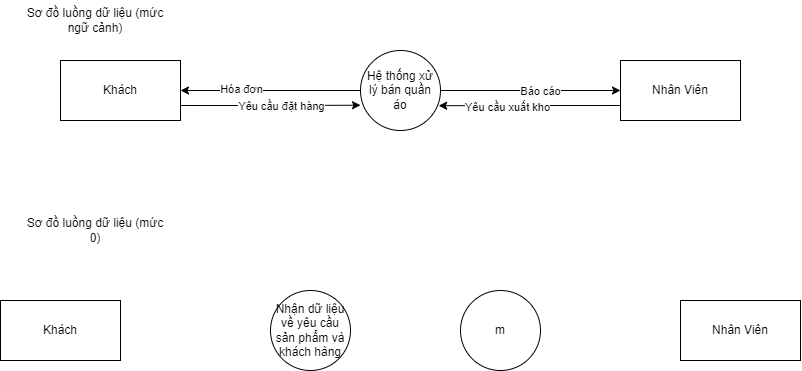
Earlier version of the draw.io export DFD1.png (InfiniteByte1811/branch1). Source tidied: cells renumbered, new cells last; positions are measured from the earlier drawing's top-left corner, leaving out a move shared by most shapes.
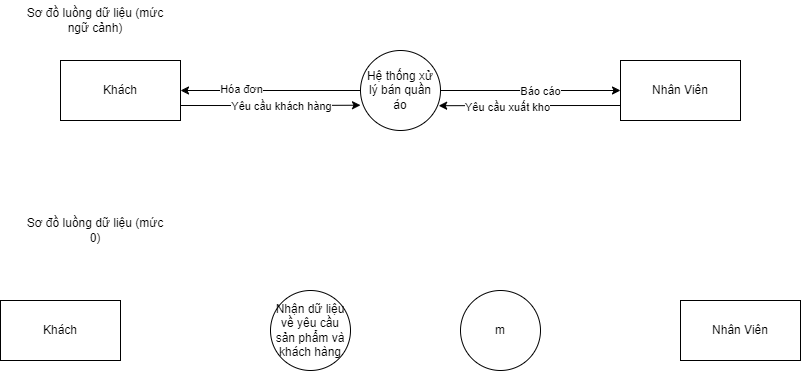
Later version of the same file.

Commit message:
Cập nhật DFD1.png

What changed in the source:
```diff
@@ -29,7 +29,7 @@
     <mxCell id="10" style="edgeStyle=orthogonalEdgeStyle;rounded=0;jettySize=auto;html=1;exitX=1;exitY=0.75;exitDx=0;exitDy=0;entryX=0;entryY=0.684;entryDx=0;entryDy=0;entryPerimeter=0;" parent="1" edge="1" source="12" target="6">
       <mxGeometry relative="1" as="geometry" />
     </mxCell>
-    <mxCell id="11" value="Yêu cầu đặt hàng" style="edgeLabel;html=1;align=center;verticalAlign=middle;" parent="10" vertex="1">
+    <mxCell id="11" value="Yêu cầu khách hàng" style="edgeLabel;html=1;align=center;verticalAlign=middle;" parent="10" vertex="1">
       <mxGeometry x="0.12" y="-1" relative="1" as="geometry" />
     </mxCell>
     <mxCell id="12" value="Khách" style="rounded=0;whiteSpace=wrap;html=1;" parent="1" vertex="1">
```
